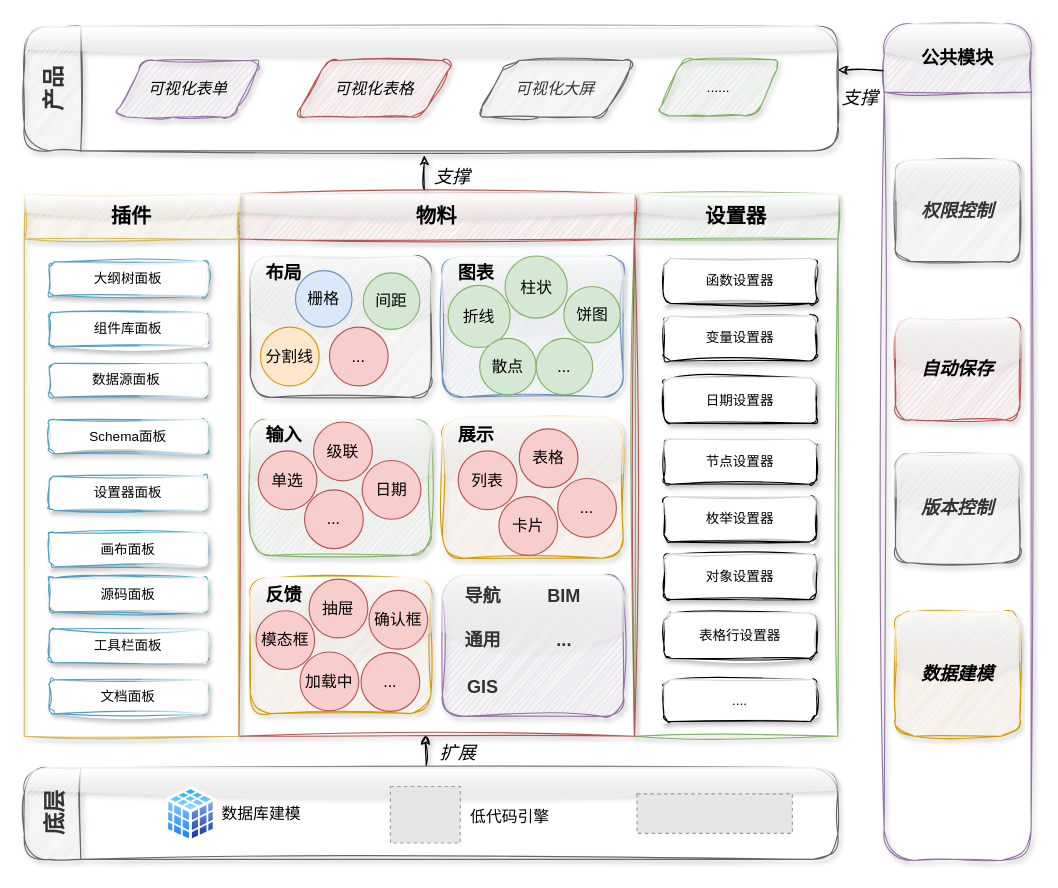
Before: 可视化架构图.drawio in tangyaosimida/love, a draw.io diagram. Source tidied: cells renumbered, new cells numbered last; positions are measured from the earlier drawing's top-left corner, leaving out a move shared by most shapes. Both pictures are drawn from the tidied source at 113%, with x=0, y=0 at pixel (24, 24). Pictures stored in the file or linked from it are replaced by grey dashed boxes.
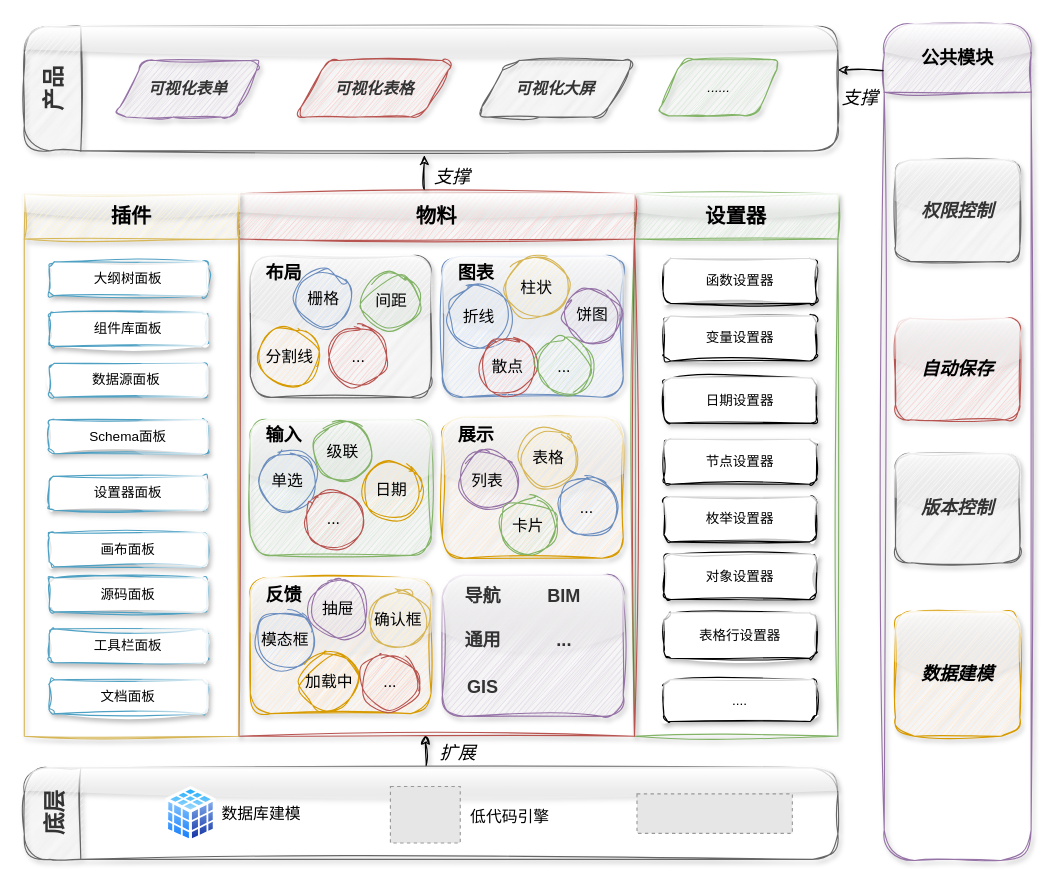
Above is the later version.

Commit message:
更新可视化架构图.drawio

Unchanged cells that the change refers to:
```xml
<mxCell id="21" value="物料" style="swimlane;whiteSpace=wrap;html=1;startSize=40;fontSize=18;sketch=1;curveFitting=1;jiggle=2;shadow=1;glass=1;fillColor=#f8cecc;strokeColor=#b85450;" parent="1" vertex="1">
  <mxGeometry x="190" y="150" width="350" height="480" as="geometry" />
</mxCell>
```

Change to the diagram source:
```diff
@@
-    <mxCell id="33" value="栅格" style="ellipse;whiteSpace=wrap;html=1;strokeColor=#6c8ebf;fillColor=#dae8fc;fontSize=14;" parent="21" vertex="1">
+    <mxCell id="33" value="栅格" style="ellipse;whiteSpace=wrap;html=1;strokeColor=#6c8ebf;fillColor=#dae8fc;fontSize=14;labelBorderColor=none;labelBackgroundColor=none;sketch=1;curveFitting=1;jiggle=2;shadow=0;" parent="21" vertex="1">
       <mxGeometry x="50" y="68" width="50" height="50" as="geometry" />
     </mxCell>
-    <mxCell id="34" value="间距" style="ellipse;whiteSpace=wrap;html=1;strokeColor=#82b366;fillColor=#d5e8d4;fontSize=14;" parent="21" vertex="1">
+    <mxCell id="34" value="间距" style="ellipse;whiteSpace=wrap;html=1;strokeColor=#82b366;fillColor=#d5e8d4;fontSize=14;sketch=1;curveFitting=1;jiggle=2;" parent="21" vertex="1">
       <mxGeometry x="110" y="70" width="50" height="50" as="geometry" />
     </mxCell>
-    <mxCell id="35" value="分割线" style="ellipse;whiteSpace=wrap;html=1;strokeColor=#d79b00;fillColor=#ffe6cc;fontSize=14;" parent="21" vertex="1">
+    <mxCell id="35" value="分割线" style="ellipse;whiteSpace=wrap;html=1;strokeColor=#d79b00;fillColor=#ffe6cc;fontSize=14;sketch=1;curveFitting=1;jiggle=2;" parent="21" vertex="1">
       <mxGeometry x="19" y="118" width="52" height="52" as="geometry" />
     </mxCell>
-    <mxCell id="36" value="..." style="ellipse;whiteSpace=wrap;html=1;strokeColor=#b85450;fillColor=#f8cecc;fontSize=14;" parent="21" vertex="1">
+    <mxCell id="36" value="..." style="ellipse;whiteSpace=wrap;html=1;strokeColor=#b85450;fillColor=#f8cecc;fontSize=14;sketch=1;curveFitting=1;jiggle=2;" parent="21" vertex="1">
       <mxGeometry x="80" y="118" width="52" height="52" as="geometry" />
     </mxCell>
-    <mxCell id="37" value="折线" style="ellipse;whiteSpace=wrap;html=1;strokeColor=#82b366;fillColor=#d5e8d4;fontSize=14;" parent="21" vertex="1">
+    <mxCell id="37" value="折线" style="ellipse;whiteSpace=wrap;html=1;strokeColor=#6c8ebf;fillColor=#dae8fc;fontSize=14;sketch=1;curveFitting=1;jiggle=2;" parent="21" vertex="1">
       <mxGeometry x="185" y="81" width="55" height="55" as="geometry" />
     </mxCell>
-    <mxCell id="38" value="柱状" style="ellipse;whiteSpace=wrap;html=1;strokeColor=#82b366;fillColor=#d5e8d4;fontSize=14;" parent="21" vertex="1">
+    <mxCell id="38" value="柱状" style="ellipse;whiteSpace=wrap;html=1;strokeColor=#d6b656;fillColor=#fff2cc;fontSize=14;sketch=1;curveFitting=1;jiggle=2;" parent="21" vertex="1">
       <mxGeometry x="235.5" y="55" width="55" height="55" as="geometry" />
     </mxCell>
-    <mxCell id="39" value="饼图" style="ellipse;whiteSpace=wrap;html=1;strokeColor=#82b366;fillColor=#d5e8d4;fontSize=14;" parent="21" vertex="1">
+    <mxCell id="39" value="饼图" style="ellipse;whiteSpace=wrap;html=1;strokeColor=#9673a6;fillColor=#e1d5e7;fontSize=14;sketch=1;curveFitting=1;jiggle=2;" parent="21" vertex="1">
       <mxGeometry x="287.5" y="82" width="50" height="50" as="geometry" />
     </mxCell>
-    <mxCell id="40" value="散点" style="ellipse;whiteSpace=wrap;html=1;strokeColor=#82b366;fillColor=#d5e8d4;fontSize=14;" parent="21" vertex="1">
+    <mxCell id="40" value="散点" style="ellipse;whiteSpace=wrap;html=1;strokeColor=#b85450;fillColor=#f8cecc;fontSize=14;sketch=1;curveFitting=1;jiggle=2;" parent="21" vertex="1">
       <mxGeometry x="213" y="128" width="50" height="50" as="geometry" />
     </mxCell>
-    <mxCell id="41" value="..." style="ellipse;whiteSpace=wrap;html=1;strokeColor=#82b366;fillColor=#d5e8d4;fontSize=14;" parent="21" vertex="1">
+    <mxCell id="41" value="..." style="ellipse;whiteSpace=wrap;html=1;strokeColor=#82b366;fillColor=#d5e8d4;fontSize=14;sketch=1;curveFitting=1;jiggle=2;" parent="21" vertex="1">
       <mxGeometry x="263" y="128" width="50" height="50" as="geometry" />
     </mxCell>
-    <mxCell id="42" value="单选" style="ellipse;whiteSpace=wrap;html=1;strokeColor=#b85450;fillColor=#f8cecc;fontSize=14;" parent="21" vertex="1">
+    <mxCell id="42" value="单选" style="ellipse;whiteSpace=wrap;html=1;strokeColor=#6c8ebf;fillColor=#dae8fc;fontSize=14;sketch=1;curveFitting=1;jiggle=2;" parent="21" vertex="1">
       <mxGeometry x="17" y="227.5" width="52" height="52" as="geometry" />
     </mxCell>
-    <mxCell id="43" value="级联" style="ellipse;whiteSpace=wrap;html=1;strokeColor=#b85450;fillColor=#f8cecc;fontSize=14;" parent="21" vertex="1">
+    <mxCell id="43" value="级联" style="ellipse;whiteSpace=wrap;html=1;strokeColor=#82b366;fillColor=#d5e8d4;fontSize=14;sketch=1;curveFitting=1;jiggle=2;" parent="21" vertex="1">
       <mxGeometry x="66" y="202" width="52" height="52" as="geometry" />
     </mxCell>
-    <mxCell id="44" value="..." style="ellipse;whiteSpace=wrap;html=1;strokeColor=#b85450;fillColor=#f8cecc;fontSize=14;" parent="21" vertex="1">
+    <mxCell id="44" value="..." style="ellipse;whiteSpace=wrap;html=1;strokeColor=#b85450;fillColor=#f8cecc;fontSize=14;sketch=1;curveFitting=1;jiggle=2;" parent="21" vertex="1">
       <mxGeometry x="58" y="262" width="52" height="52" as="geometry" />
     </mxCell>
-    <mxCell id="45" value="日期" style="ellipse;whiteSpace=wrap;html=1;strokeColor=#b85450;fillColor=#f8cecc;fontSize=14;" parent="21" vertex="1">
+    <mxCell id="45" value="日期" style="ellipse;whiteSpace=wrap;html=1;strokeColor=#d79b00;fillColor=#ffe6cc;fontSize=14;sketch=1;curveFitting=1;jiggle=2;" parent="21" vertex="1">
       <mxGeometry x="109" y="236" width="52" height="52" as="geometry" />
     </mxCell>
-    <mxCell id="46" value="模态框" style="ellipse;whiteSpace=wrap;html=1;strokeColor=#b85450;fillColor=#f8cecc;fontSize=14;" parent="21" vertex="1">
+    <mxCell id="46" value="模态框" style="ellipse;whiteSpace=wrap;html=1;strokeColor=#6c8ebf;fillColor=#dae8fc;fontSize=14;sketch=1;curveFitting=1;jiggle=2;" parent="21" vertex="1">
       <mxGeometry x="15" y="369" width="52" height="52" as="geometry" />
     </mxCell>
-    <mxCell id="47" value="抽屉" style="ellipse;whiteSpace=wrap;html=1;strokeColor=#b85450;fillColor=#f8cecc;fontSize=14;" parent="21" vertex="1">
+    <mxCell id="47" value="抽屉" style="ellipse;whiteSpace=wrap;html=1;strokeColor=#9673a6;fillColor=#e1d5e7;fontSize=14;sketch=1;curveFitting=1;jiggle=2;" parent="21" vertex="1">
       <mxGeometry x="62" y="341" width="52" height="52" as="geometry" />
     </mxCell>
-    <mxCell id="48" value="加载中" style="ellipse;whiteSpace=wrap;html=1;strokeColor=#b85450;fillColor=#f8cecc;fontSize=14;" parent="21" vertex="1">
+    <mxCell id="48" value="加载中" style="ellipse;whiteSpace=wrap;html=1;strokeColor=#d79b00;fillColor=#ffe6cc;fontSize=14;sketch=1;curveFitting=1;jiggle=2;" parent="21" vertex="1">
       <mxGeometry x="54" y="405.5" width="52" height="52" as="geometry" />
     </mxCell>
-    <mxCell id="49" value="..." style="ellipse;whiteSpace=wrap;html=1;strokeColor=#b85450;fillColor=#f8cecc;fontSize=14;" parent="21" vertex="1">
+    <mxCell id="49" value="..." style="ellipse;whiteSpace=wrap;html=1;strokeColor=#b85450;fillColor=#f8cecc;fontSize=14;sketch=1;curveFitting=1;jiggle=2;" parent="21" vertex="1">
       <mxGeometry x="108" y="406" width="52" height="52" as="geometry" />
     </mxCell>
-    <mxCell id="50" value="列表" style="ellipse;whiteSpace=wrap;html=1;strokeColor=#b85450;fillColor=#f8cecc;fontSize=14;" parent="21" vertex="1">
+    <mxCell id="50" value="列表" style="ellipse;whiteSpace=wrap;html=1;strokeColor=#9673a6;fillColor=#e1d5e7;fontSize=14;sketch=1;curveFitting=1;jiggle=2;" parent="21" vertex="1">
       <mxGeometry x="194" y="227.5" width="52" height="52" as="geometry" />
     </mxCell>
-    <mxCell id="51" value="表格" style="ellipse;whiteSpace=wrap;html=1;strokeColor=#b85450;fillColor=#f8cecc;fontSize=14;" parent="21" vertex="1">
+    <mxCell id="51" value="表格" style="ellipse;whiteSpace=wrap;html=1;strokeColor=#d6b656;fillColor=#fff2cc;fontSize=14;sketch=1;curveFitting=1;jiggle=2;" parent="21" vertex="1">
       <mxGeometry x="248" y="208" width="52" height="52" as="geometry" />
     </mxCell>
-    <mxCell id="52" value="卡片" style="ellipse;whiteSpace=wrap;html=1;strokeColor=#b85450;fillColor=#f8cecc;fontSize=14;" parent="21" vertex="1">
+    <mxCell id="52" value="卡片" style="ellipse;whiteSpace=wrap;html=1;strokeColor=#82b366;fillColor=#d5e8d4;fontSize=14;sketch=1;curveFitting=1;jiggle=2;" parent="21" vertex="1">
       <mxGeometry x="230" y="268" width="52" height="52" as="geometry" />
     </mxCell>
-    <mxCell id="53" value="..." style="ellipse;whiteSpace=wrap;html=1;strokeColor=#b85450;fillColor=#f8cecc;fontSize=14;" parent="21" vertex="1">
+    <mxCell id="53" value="..." style="ellipse;whiteSpace=wrap;html=1;strokeColor=#6c8ebf;fillColor=#dae8fc;fontSize=14;sketch=1;curveFitting=1;jiggle=2;" parent="21" vertex="1">
       <mxGeometry x="282" y="252" width="52" height="52" as="geometry" />
     </mxCell>
@@
-    <mxCell id="77" value="产品" style="swimlane;horizontal=0;whiteSpace=wrap;html=1;startSize=50;fontSize=20;fillColor=#f5f5f5;fontColor=#333333;strokeColor=#666666;rounded=1;sketch=1;curveFitting=1;jiggle=2;shadow=1;glass=1;" parent="1" vertex="1">
+    <mxCell id="77" value="产品" style="swimlane;horizontal=0;whiteSpace=wrap;html=1;startSize=50;fontSize=20;fillColor=#f5f5f5;fontColor=#333333;strokeColor=#666666;rounded=1;sketch=1;curveFitting=1;jiggle=2;shadow=1;glass=1;fontStyle=1;" parent="1" vertex="1">
       <mxGeometry y="2" width="720" height="110" as="geometry" />
     </mxCell>
-    <mxCell id="78" value="可视化表单" style="shape=parallelogram;perimeter=parallelogramPerimeter;whiteSpace=wrap;html=1;dashed=0;rounded=1;shadow=1;sketch=1;curveFitting=1;jiggle=2;fillColor=#e1d5e7;strokeColor=#9673a6;fontStyle=2;fontSize=14;" parent="77" vertex="1">
+    <mxCell id="78" value="可视化表单" style="shape=parallelogram;perimeter=parallelogramPerimeter;whiteSpace=wrap;html=1;dashed=0;rounded=1;shadow=1;sketch=1;curveFitting=1;jiggle=2;fillColor=#e1d5e7;strokeColor=#9673a6;fontStyle=3;fontSize=14;fontColor=#333333;" parent="77" vertex="1">
       <mxGeometry x="80" y="30" width="130" height="50" as="geometry" />
     </mxCell>
-    <mxCell id="79" value="&lt;font style=&quot;font-size: 14px;&quot;&gt;可视化表格&lt;/font&gt;" style="shape=parallelogram;perimeter=parallelogramPerimeter;whiteSpace=wrap;html=1;dashed=0;rounded=1;shadow=1;sketch=1;curveFitting=1;jiggle=2;fillColor=#f8cecc;strokeColor=#b85450;fontStyle=2;" parent="77" vertex="1">
+    <mxCell id="79" value="&lt;font style=&quot;font-size: 14px;&quot;&gt;可视化表格&lt;/font&gt;" style="shape=parallelogram;perimeter=parallelogramPerimeter;whiteSpace=wrap;html=1;dashed=0;rounded=1;shadow=1;sketch=1;curveFitting=1;jiggle=2;fillColor=#f8cecc;strokeColor=#b85450;fontStyle=3;fontColor=#333333;" parent="77" vertex="1">
       <mxGeometry x="240" y="30" width="140" height="50" as="geometry" />
     </mxCell>
-    <mxCell id="80" value="&lt;font style=&quot;font-size: 14px;&quot;&gt;可视化大屏&lt;/font&gt;" style="shape=parallelogram;perimeter=parallelogramPerimeter;whiteSpace=wrap;html=1;dashed=0;sketch=1;curveFitting=1;jiggle=2;shadow=1;rounded=1;fillColor=#f5f5f5;strokeColor=#666666;fontColor=#333333;fontStyle=2;" parent="77" vertex="1">
+    <mxCell id="80" value="&lt;font style=&quot;font-size: 14px;&quot;&gt;可视化大屏&lt;/font&gt;" style="shape=parallelogram;perimeter=parallelogramPerimeter;whiteSpace=wrap;html=1;dashed=0;sketch=1;curveFitting=1;jiggle=2;shadow=1;rounded=1;fillColor=#f5f5f5;strokeColor=#666666;fontColor=#333333;fontStyle=3;" parent="77" vertex="1">
       <mxGeometry x="400" y="30" width="140" height="50" as="geometry" />
     </mxCell>
@@
-    <mxCell id="82" value="确认框" style="ellipse;whiteSpace=wrap;html=1;strokeColor=#b85450;fillColor=#f8cecc;fontSize=14;" parent="1" vertex="1">
+    <mxCell id="82" value="确认框" style="ellipse;whiteSpace=wrap;html=1;strokeColor=#d6b656;fillColor=#fff2cc;fontSize=14;sketch=1;curveFitting=1;jiggle=2;" parent="1" vertex="1">
       <mxGeometry x="305" y="501" width="52" height="52" as="geometry" />
     </mxCell>
```
